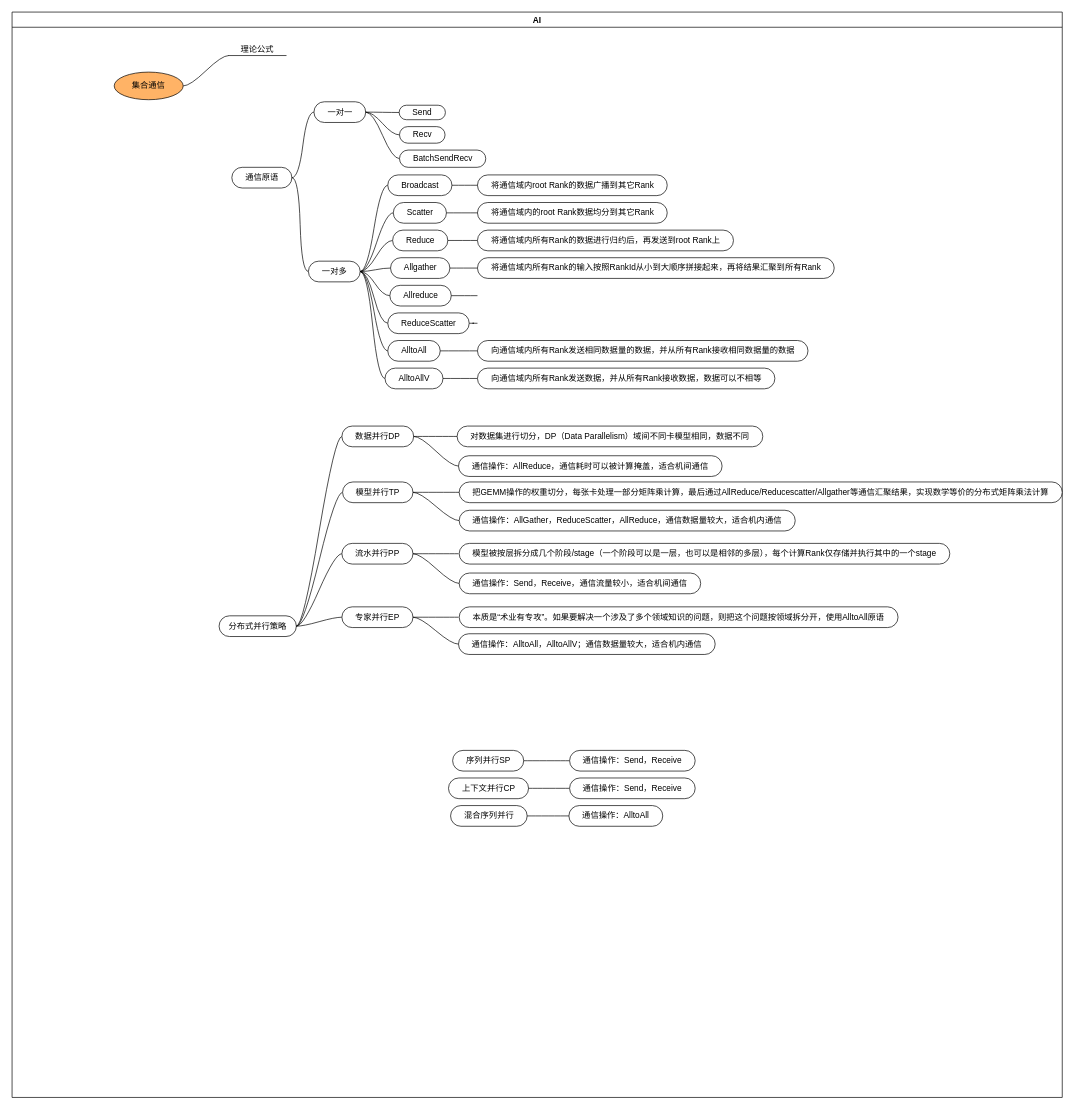
Before: 未命名绘图.drawio in lbk0116/AI, a draw.io diagram. Source tidied: cells renumbered, new cells numbered last; positions are measured from the earlier drawing's top-left corner, leaving out a move shared by most shapes. Both pictures are drawn from the tidied source at 69%, with x=0, y=0 at pixel (12, 12).
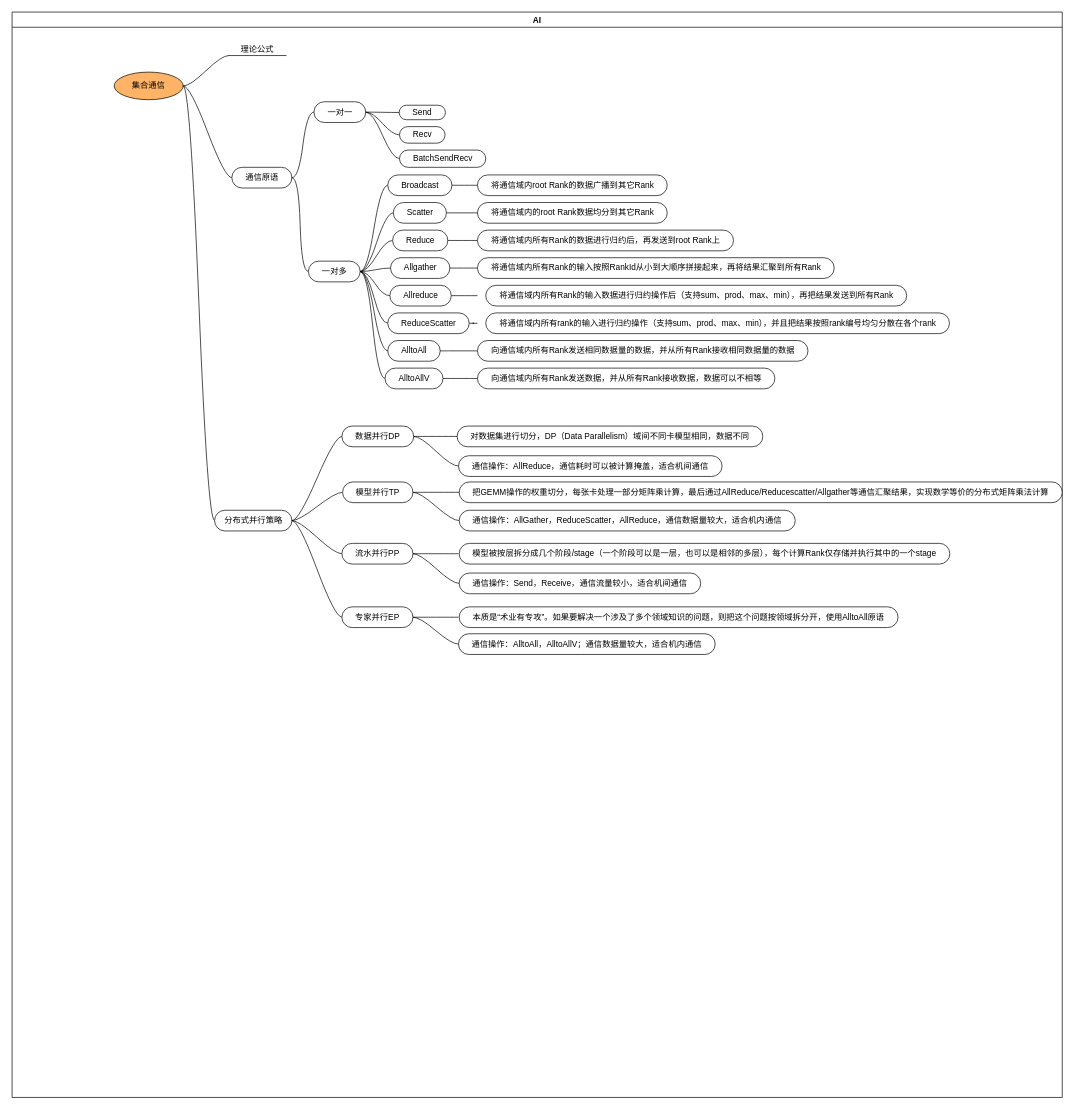
The same diagram, later.

Commit message (it also covers changes not shown here):
更新未命名绘图.drawio

Unchanged cells that the change refers to:
```xml
<mxCell id="2" value="AI" style="swimlane;startSize=22;horizontal=1;containerType=tree;" parent="1" vertex="1">
  <mxGeometry width="1522" height="1573" as="geometry" />
</mxCell>
<mxCell id="4" value="集合通信" style="ellipse;whiteSpace=wrap;html=1;align=center;newEdgeStyle={&quot;edgeStyle&quot;:&quot;entityRelationEdgeStyle&quot;,&quot;startArrow&quot;:&quot;none&quot;,&quot;endArrow&quot;:&quot;none&quot;,&quot;segment&quot;:10,&quot;curved&quot;:1,&quot;sourcePerimeterSpacing&quot;:0,&quot;targetPerimeterSpacing&quot;:0};fillColor=#FFB366;" parent="2" vertex="1">
  <mxGeometry x="148" y="87" width="100" height="40" as="geometry" />
</mxCell>
<mxCell id="6" value="通信原语" style="whiteSpace=wrap;html=1;rounded=1;arcSize=50;align=center;verticalAlign=middle;strokeWidth=1;spacing=4;newEdgeStyle={&quot;edgeStyle&quot;:&quot;entityRelationEdgeStyle&quot;,&quot;startArrow&quot;:&quot;none&quot;,&quot;endArrow&quot;:&quot;none&quot;,&quot;segment&quot;:10,&quot;curved&quot;:1,&quot;sourcePerimeterSpacing&quot;:0,&quot;targetPerimeterSpacing&quot;:0};" parent="2" vertex="1">
  <mxGeometry x="318.5" y="225" width="87" height="30" as="geometry" />
</mxCell>
```

What changed in the source:
```diff
@@
+    <mxCell id="81" style="edgeStyle=entityRelationEdgeStyle;rounded=0;jettySize=auto;html=1;startArrow=none;endArrow=none;segment=10;curved=1;sourcePerimeterSpacing=0;targetPerimeterSpacing=0;exitX=0;exitY=0.5;exitDx=0;exitDy=0;entryX=1;entryY=0.5;entryDx=0;entryDy=0;" parent="2" edge="1" source="6" target="4">
+      <mxGeometry relative="1" as="geometry" />
+    </mxCell>
@@
+    <mxCell id="82" style="edgeStyle=entityRelationEdgeStyle;rounded=0;jettySize=auto;html=1;startArrow=none;endArrow=none;segment=10;curved=1;sourcePerimeterSpacing=0;targetPerimeterSpacing=0;exitX=0;exitY=0.5;exitDx=0;exitDy=0;entryX=1;entryY=0.5;entryDx=0;entryDy=0;" parent="2" edge="1" source="47" target="4">
+      <mxGeometry relative="1" as="geometry" />
+    </mxCell>
     <mxCell id="47" value="分布式并行策略" style="whiteSpace=wrap;html=1;rounded=1;arcSize=50;align=center;verticalAlign=middle;strokeWidth=1;spacing=4;newEdgeStyle={&quot;edgeStyle&quot;:&quot;entityRelationEdgeStyle&quot;,&quot;startArrow&quot;:&quot;none&quot;,&quot;endArrow&quot;:&quot;none&quot;,&quot;segment&quot;:10,&quot;curved&quot;:1,&quot;sourcePerimeterSpacing&quot;:0,&quot;targetPerimeterSpacing&quot;:0};" parent="2" vertex="1">
-      <mxGeometry x="300" y="875" width="112" height="30" as="geometry" />
+      <mxGeometry x="293.5" y="722" width="112" height="30" as="geometry" />
     </mxCell>
@@
-    <mxCell id="72" value="序列并行SP" style="whiteSpace=wrap;html=1;rounded=1;arcSize=50;align=center;verticalAlign=middle;strokeWidth=1;spacing=4;newEdgeStyle={&quot;edgeStyle&quot;:&quot;entityRelationEdgeStyle&quot;,&quot;startArrow&quot;:&quot;none&quot;,&quot;endArrow&quot;:&quot;none&quot;,&quot;segment&quot;:10,&quot;curved&quot;:1,&quot;sourcePerimeterSpacing&quot;:0,&quot;targetPerimeterSpacing&quot;:0};" parent="1" vertex="1">
-      <mxGeometry x="638.5" y="1070" width="103" height="30" as="geometry" />
-    </mxCell>
-    <mxCell id="73" style="edgeStyle=entityRelationEdgeStyle;startArrow=none;endArrow=none;segment=10;curved=1;sourcePerimeterSpacing=0;targetPerimeterSpacing=0;rounded=0;" parent="1" edge="1" source="72" target="74">
-      <mxGeometry relative="1" as="geometry" />
-    </mxCell>
-    <mxCell id="74" value="&lt;div data-mind-map-text=&quot;[{&amp;quot;paragraphProps&amp;quot;:{&amp;quot;type&amp;quot;:&amp;quot;paragraph&amp;quot;,&amp;quot;textAlign&amp;quot;:0,&amp;quot;lineSpacing&amp;quot;:1.4},&amp;quot;isComplete&amp;quot;:true,&amp;quot;textProps&amp;quot;:[{&amp;quot;type&amp;quot;:&amp;quot;text&amp;quot;,&amp;quot;text&amp;quot;:&amp;quot;通信操作：Send，Receive&amp;quot;,&amp;quot;color&amp;quot;:&amp;quot;#1f1f1f&amp;quot;,&amp;quot;fontWeight&amp;quot;:400,&amp;quot;fontSize&amp;quot;:14,&amp;quot;fontFamily&amp;quot;:&amp;quot;\&amp;quot;Helvetica Neue\&amp;quot;, Helvetica, \&amp;quot;PingFang SC\&amp;quot;, \&amp;quot;Microsoft YaHei\&amp;quot;, \&amp;quot;Source Han Sans SC\&amp;quot;, \&amp;quot;Noto Sans CJK SC\&amp;quot;, \&amp;quot;WenQuanYi Micro Hei\&amp;quot;, sans-serif&amp;quot;,&amp;quot;italic&amp;quot;:false,&amp;quot;underline&amp;quot;:false,&amp;quot;strike&amp;quot;:false}]}]&quot;&gt;通信操作：Send，Receive&lt;/div&gt;" style="whiteSpace=wrap;html=1;rounded=1;arcSize=50;align=center;verticalAlign=middle;strokeWidth=1;spacing=4;newEdgeStyle={&quot;edgeStyle&quot;:&quot;entityRelationEdgeStyle&quot;,&quot;startArrow&quot;:&quot;none&quot;,&quot;endArrow&quot;:&quot;none&quot;,&quot;segment&quot;:10,&quot;curved&quot;:1,&quot;sourcePerimeterSpacing&quot;:0,&quot;targetPerimeterSpacing&quot;:0};" parent="1" vertex="1">
-      <mxGeometry x="808" y="1070" width="182" height="30" as="geometry" />
-    </mxCell>
-    <mxCell id="75" value="上下文并行CP" style="whiteSpace=wrap;html=1;rounded=1;arcSize=50;align=center;verticalAlign=middle;strokeWidth=1;spacing=4;newEdgeStyle={&quot;edgeStyle&quot;:&quot;entityRelationEdgeStyle&quot;,&quot;startArrow&quot;:&quot;none&quot;,&quot;endArrow&quot;:&quot;none&quot;,&quot;segment&quot;:10,&quot;curved&quot;:1,&quot;sourcePerimeterSpacing&quot;:0,&quot;targetPerimeterSpacing&quot;:0};" parent="1" vertex="1">
-      <mxGeometry x="632.5" y="1110" width="116" height="30" as="geometry" />
-    </mxCell>
-    <mxCell id="76" style="edgeStyle=entityRelationEdgeStyle;startArrow=none;endArrow=none;segment=10;curved=1;sourcePerimeterSpacing=0;targetPerimeterSpacing=0;rounded=0;" parent="1" edge="1" source="75" target="77">
-      <mxGeometry relative="1" as="geometry" />
-    </mxCell>
-    <mxCell id="77" value="&lt;div data-mind-map-text=&quot;[{&amp;quot;paragraphProps&amp;quot;:{&amp;quot;type&amp;quot;:&amp;quot;paragraph&amp;quot;,&amp;quot;textAlign&amp;quot;:0,&amp;quot;lineSpacing&amp;quot;:1.4},&amp;quot;isComplete&amp;quot;:true,&amp;quot;textProps&amp;quot;:[{&amp;quot;type&amp;quot;:&amp;quot;text&amp;quot;,&amp;quot;text&amp;quot;:&amp;quot;通信操作：Send，Receive&amp;quot;,&amp;quot;color&amp;quot;:&amp;quot;#1f1f1f&amp;quot;,&amp;quot;fontWeight&amp;quot;:400,&amp;quot;fontSize&amp;quot;:14,&amp;quot;fontFamily&amp;quot;:&amp;quot;\&amp;quot;Helvetica Neue\&amp;quot;, Helvetica, \&amp;quot;PingFang SC\&amp;quot;, \&amp;quot;Microsoft YaHei\&amp;quot;, \&amp;quot;Source Han Sans SC\&amp;quot;, \&amp;quot;Noto Sans CJK SC\&amp;quot;, \&amp;quot;WenQuanYi Micro Hei\&amp;quot;, sans-serif&amp;quot;,&amp;quot;italic&amp;quot;:false,&amp;quot;underline&amp;quot;:false,&amp;quot;strike&amp;quot;:false}]}]&quot;&gt;通信操作：Send，Receive&lt;/div&gt;" style="whiteSpace=wrap;html=1;rounded=1;arcSize=50;align=center;verticalAlign=middle;strokeWidth=1;spacing=4;newEdgeStyle={&quot;edgeStyle&quot;:&quot;entityRelationEdgeStyle&quot;,&quot;startArrow&quot;:&quot;none&quot;,&quot;endArrow&quot;:&quot;none&quot;,&quot;segment&quot;:10,&quot;curved&quot;:1,&quot;sourcePerimeterSpacing&quot;:0,&quot;targetPerimeterSpacing&quot;:0};" parent="1" vertex="1">
-      <mxGeometry x="808" y="1110" width="182" height="30" as="geometry" />
-    </mxCell>
-    <mxCell id="78" value="&lt;div data-mind-map-text=&quot;[{&amp;quot;paragraphProps&amp;quot;:{&amp;quot;type&amp;quot;:&amp;quot;paragraph&amp;quot;,&amp;quot;textAlign&amp;quot;:0,&amp;quot;lineSpacing&amp;quot;:1.4},&amp;quot;isComplete&amp;quot;:true,&amp;quot;textProps&amp;quot;:[{&amp;quot;type&amp;quot;:&amp;quot;text&amp;quot;,&amp;quot;text&amp;quot;:&amp;quot;混合序列并行&amp;quot;,&amp;quot;color&amp;quot;:&amp;quot;#1f1f1f&amp;quot;,&amp;quot;fontWeight&amp;quot;:400,&amp;quot;fontSize&amp;quot;:14,&amp;quot;fontFamily&amp;quot;:&amp;quot;\&amp;quot;Helvetica Neue\&amp;quot;, Helvetica, \&amp;quot;PingFang SC\&amp;quot;, \&amp;quot;Microsoft YaHei\&amp;quot;, \&amp;quot;Source Han Sans SC\&amp;quot;, \&amp;quot;Noto Sans CJK SC\&amp;quot;, \&amp;quot;WenQuanYi Micro Hei\&amp;quot;, sans-serif&amp;quot;,&amp;quot;italic&amp;quot;:false,&amp;quot;underline&amp;quot;:false,&amp;quot;strike&amp;quot;:false}]}]&quot;&gt;混合序列并行&lt;/div&gt;" style="whiteSpace=wrap;html=1;rounded=1;arcSize=50;align=center;verticalAlign=middle;strokeWidth=1;spacing=4;newEdgeStyle={&quot;edgeStyle&quot;:&quot;entityRelationEdgeStyle&quot;,&quot;startArrow&quot;:&quot;none&quot;,&quot;endArrow&quot;:&quot;none&quot;,&quot;segment&quot;:10,&quot;curved&quot;:1,&quot;sourcePerimeterSpacing&quot;:0,&quot;targetPerimeterSpacing&quot;:0};" parent="1" vertex="1">
-      <mxGeometry x="635.5" y="1150" width="111" height="30" as="geometry" />
-    </mxCell>
-    <mxCell id="79" style="edgeStyle=entityRelationEdgeStyle;startArrow=none;endArrow=none;segment=10;curved=1;sourcePerimeterSpacing=0;targetPerimeterSpacing=0;rounded=0;" parent="1" edge="1" source="78" target="80">
-      <mxGeometry relative="1" as="geometry" />
-    </mxCell>
-    <mxCell id="80" value="&lt;div data-mind-map-text=&quot;[{&amp;quot;paragraphProps&amp;quot;:{&amp;quot;type&amp;quot;:&amp;quot;paragraph&amp;quot;,&amp;quot;textAlign&amp;quot;:0,&amp;quot;lineSpacing&amp;quot;:1.4},&amp;quot;isComplete&amp;quot;:true,&amp;quot;textProps&amp;quot;:[{&amp;quot;type&amp;quot;:&amp;quot;text&amp;quot;,&amp;quot;text&amp;quot;:&amp;quot;混合序列并行&amp;quot;,&amp;quot;color&amp;quot;:&amp;quot;#1f1f1f&amp;quot;,&amp;quot;fontWeight&amp;quot;:400,&amp;quot;fontSize&amp;quot;:14,&amp;quot;fontFamily&amp;quot;:&amp;quot;\&amp;quot;Helvetica Neue\&amp;quot;, Helvetica, \&amp;quot;PingFang SC\&amp;quot;, \&amp;quot;Microsoft YaHei\&amp;quot;, \&amp;quot;Source Han Sans SC\&amp;quot;, \&amp;quot;Noto Sans CJK SC\&amp;quot;, \&amp;quot;WenQuanYi Micro Hei\&amp;quot;, sans-serif&amp;quot;,&amp;quot;italic&amp;quot;:false,&amp;quot;underline&amp;quot;:false,&amp;quot;strike&amp;quot;:false}]}]&quot;&gt;&lt;div data-mind-map-text=&quot;[{&amp;quot;paragraphProps&amp;quot;:{&amp;quot;type&amp;quot;:&amp;quot;paragraph&amp;quot;,&amp;quot;textAlign&amp;quot;:0,&amp;quot;lineSpacing&amp;quot;:1.4},&amp;quot;isComplete&amp;quot;:true,&amp;quot;textProps&amp;quot;:[{&amp;quot;type&amp;quot;:&amp;quot;text&amp;quot;,&amp;quot;text&amp;quot;:&amp;quot;通信操作：AlltoAll&amp;quot;,&amp;quot;color&amp;quot;:&amp;quot;#1f1f1f&amp;quot;,&amp;quot;fontWeight&amp;quot;:400,&amp;quot;fontSize&amp;quot;:14,&amp;quot;fontFamily&amp;quot;:&amp;quot;\&amp;quot;Helvetica Neue\&amp;quot;, Helvetica, \&amp;quot;PingFang SC\&amp;quot;, \&amp;quot;Microsoft YaHei\&amp;quot;, \&amp;quot;Source Han Sans SC\&amp;quot;, \&amp;quot;Noto Sans CJK SC\&amp;quot;, \&amp;quot;WenQuanYi Micro Hei\&amp;quot;, sans-serif&amp;quot;,&amp;quot;italic&amp;quot;:false,&amp;quot;underline&amp;quot;:false,&amp;quot;strike&amp;quot;:false}]}]&quot;&gt;通信操作：AlltoAll&lt;/div&gt;&lt;/div&gt;" style="whiteSpace=wrap;html=1;rounded=1;arcSize=50;align=center;verticalAlign=middle;strokeWidth=1;spacing=4;newEdgeStyle={&quot;edgeStyle&quot;:&quot;entityRelationEdgeStyle&quot;,&quot;startArrow&quot;:&quot;none&quot;,&quot;endArrow&quot;:&quot;none&quot;,&quot;segment&quot;:10,&quot;curved&quot;:1,&quot;sourcePerimeterSpacing&quot;:0,&quot;targetPerimeterSpacing&quot;:0};" parent="1" vertex="1">
-      <mxGeometry x="807" y="1150" width="136" height="30" as="geometry" />
-    </mxCell>
+    <mxCell id="83" value="&lt;div data-mind-map-text=&quot;[{&amp;quot;paragraphProps&amp;quot;:{&amp;quot;type&amp;quot;:&amp;quot;paragraph&amp;quot;,&amp;quot;textAlign&amp;quot;:0,&amp;quot;lineSpacing&amp;quot;:1.4},&amp;quot;isComplete&amp;quot;:true,&amp;quot;textProps&amp;quot;:[{&amp;quot;type&amp;quot;:&amp;quot;text&amp;quot;,&amp;quot;text&amp;quot;:&amp;quot;将通信域内所有Rank的输入数据进行归约操作后（支持sum、prod、max、min），再把结果发送到所有Rank&amp;quot;,&amp;quot;color&amp;quot;:&amp;quot;#1f1f1f&amp;quot;,&amp;quot;fontWeight&amp;quot;:400,&amp;quot;fontSize&amp;quot;:14,&amp;quot;fontFamily&amp;quot;:&amp;quot;\&amp;quot;Helvetica Neue\&amp;quot;, Helvetica, \&amp;quot;PingFang SC\&amp;quot;, \&amp;quot;Microsoft YaHei\&amp;quot;, \&amp;quot;Source Han Sans SC\&amp;quot;, \&amp;quot;Noto Sans CJK SC\&amp;quot;, \&amp;quot;WenQuanYi Micro Hei\&amp;quot;, sans-serif&amp;quot;,&amp;quot;italic&amp;quot;:false,&amp;quot;underline&amp;quot;:false,&amp;quot;strike&amp;quot;:false}]}]&quot;&gt;将通信域内所有Rank的输入数据进行归约操作后（支持sum、prod、max、min），再把结果发送到所有Rank&lt;/div&gt;" style="whiteSpace=wrap;html=1;rounded=1;arcSize=50;align=center;verticalAlign=middle;strokeWidth=1;spacing=4;newEdgeStyle={&quot;edgeStyle&quot;:&quot;entityRelationEdgeStyle&quot;,&quot;startArrow&quot;:&quot;none&quot;,&quot;endArrow&quot;:&quot;none&quot;,&quot;segment&quot;:10,&quot;curved&quot;:1,&quot;sourcePerimeterSpacing&quot;:0,&quot;targetPerimeterSpacing&quot;:0};" parent="2" vertex="1">
+      <mxGeometry x="686.5" y="396" width="610" height="30" as="geometry" />
+    </mxCell>
+    <mxCell id="84" value="&lt;div data-mind-map-text=&quot;[{&amp;quot;paragraphProps&amp;quot;:{&amp;quot;type&amp;quot;:&amp;quot;paragraph&amp;quot;,&amp;quot;textAlign&amp;quot;:0,&amp;quot;lineSpacing&amp;quot;:1.4},&amp;quot;isComplete&amp;quot;:true,&amp;quot;textProps&amp;quot;:[{&amp;quot;type&amp;quot;:&amp;quot;text&amp;quot;,&amp;quot;text&amp;quot;:&amp;quot;将通信域内所有rank的输入进行归约操作（支持sum、prod、max、min），并且把结果按照rank编号均匀分散在各个rank&amp;quot;,&amp;quot;color&amp;quot;:&amp;quot;#1f1f1f&amp;quot;,&amp;quot;fontWeight&amp;quot;:400,&amp;quot;fontSize&amp;quot;:14,&amp;quot;fontFamily&amp;quot;:&amp;quot;\&amp;quot;Helvetica Neue\&amp;quot;, Helvetica, \&amp;quot;PingFang SC\&amp;quot;, \&amp;quot;Microsoft YaHei\&amp;quot;, \&amp;quot;Source Han Sans SC\&amp;quot;, \&amp;quot;Noto Sans CJK SC\&amp;quot;, \&amp;quot;WenQuanYi Micro Hei\&amp;quot;, sans-serif&amp;quot;,&amp;quot;italic&amp;quot;:false,&amp;quot;underline&amp;quot;:false,&amp;quot;strike&amp;quot;:false}]}]&quot;&gt;将通信域内所有rank的输入进行归约操作（支持sum、prod、max、min），并且把结果按照rank编号均匀分散在各个rank&lt;/div&gt;" style="whiteSpace=wrap;html=1;rounded=1;arcSize=50;align=center;verticalAlign=middle;strokeWidth=1;spacing=4;newEdgeStyle={&quot;edgeStyle&quot;:&quot;entityRelationEdgeStyle&quot;,&quot;startArrow&quot;:&quot;none&quot;,&quot;endArrow&quot;:&quot;none&quot;,&quot;segment&quot;:10,&quot;curved&quot;:1,&quot;sourcePerimeterSpacing&quot;:0,&quot;targetPerimeterSpacing&quot;:0};" parent="2" vertex="1">
+      <mxGeometry x="686.5" y="436" width="672" height="30" as="geometry" />
+    </mxCell>
```
